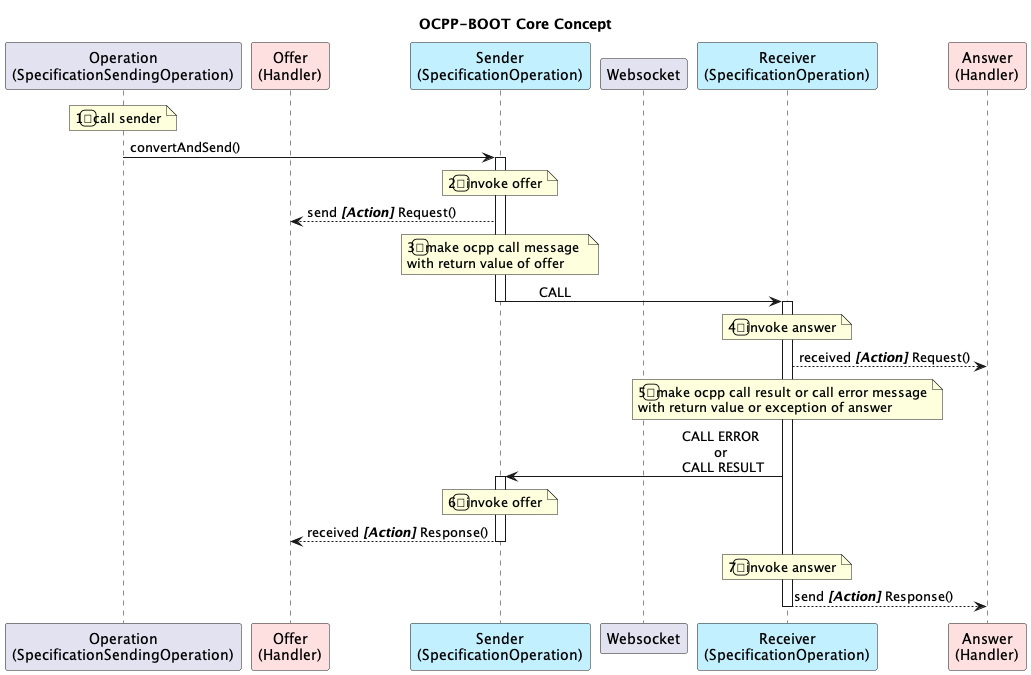
u2ware/ocpp-boot keeps this PlantUML diagram as docs/core.png. Above is the earlier version. Its diagram source:
```plantuml
@startuml

title OCPP-BOOT Core Concept

participant "Operation\n(SpecificationSendingOperation)" as Sending
participant "Offer\n(Handler)" as Offer #IMPLEMENTATION
participant "Sender\n(SpecificationOperation)" as Sender #APPLICATION
participant "Websocket" as Newwork
participant "Receiver\n(SpecificationOperation)" as Receiver #APPLICATION
participant "Answer\n(Handler)" as Answer #IMPLEMENTATION

note over Sending : 1️⃣call sender

Sending -> Sender : convertAndSend()

activate Sender
note over Sender : 2️⃣invoke offer
Sender --> Offer : send<i><b> [Action] </b></i>Request()
note over Sender : 3️⃣make ocpp call message \nwith return value of offer
Sender -> Receiver : \tCALL
deactivate Sender


activate Receiver
note over Receiver : 4️⃣invoke answer
Receiver --> Answer : received<i><b> [Action] </b></i>Request()
note over Receiver : 5️⃣make ocpp call result or call error message\nwith return value or exception of answer
Receiver -> Sender : \t\t\t\t\tCALL ERROR \n \t\t\t\t\t\tor \n\t\t\t\t\tCALL RESULT

activate Sender
note over Sender : 6️⃣invoke offer
Sender --> Offer : received<i><b> [Action] </b></i>Response()
deactivate Sender

note over Receiver : 7️⃣invoke answer
Receiver --> Answer : send<i><b> [Action] </b></i>Response()
deactivate Receiver

@enduml
```
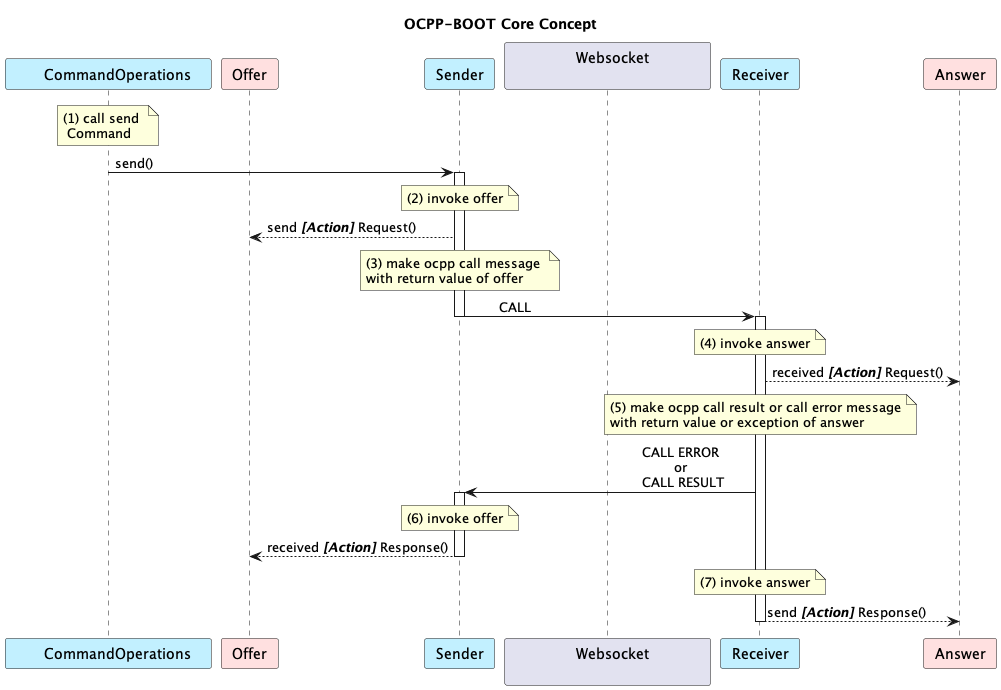
After the commit.

The edit, as a diff of the source:
```diff
@@ -2,37 +2,37 @@
 
 title OCPP-BOOT Core Concept
 
-participant "Operation\n(SpecificationSendingOperation)" as Sending
-participant "Offer\n(Handler)" as Offer #IMPLEMENTATION
-participant "Sender\n(SpecificationOperation)" as Sender #APPLICATION
-participant "Websocket" as Newwork
-participant "Receiver\n(SpecificationOperation)" as Receiver #APPLICATION
-participant "Answer\n(Handler)" as Answer #IMPLEMENTATION
+participant "\tCommandOperations\t" as Sending #APPLICATION
+participant " Offer " as Offer #IMPLEMENTATION
+participant " Sender " as Sender #APPLICATION
+participant "\t\tWebsocket\t\t\n" as Websocket
+participant " Receiver " as Receiver #APPLICATION
+participant " Answer " as Answer #IMPLEMENTATION
 
-note over Sending : 1️⃣call sender
+note over Sending : (1) call send \n Command
 
-Sending -> Sender : convertAndSend()
+Sending -> Sender : send()
 
 activate Sender
-note over Sender : 2️⃣invoke offer
+note over Sender : (2) invoke offer
 Sender --> Offer : send<i><b> [Action] </b></i>Request()
-note over Sender : 3️⃣make ocpp call message \nwith return value of offer
+note over Sender : (3) make ocpp call message \nwith return value of offer
 Sender -> Receiver : \tCALL
 deactivate Sender
 
 
 activate Receiver
-note over Receiver : 4️⃣invoke answer
+note over Receiver : (4) invoke answer
 Receiver --> Answer : received<i><b> [Action] </b></i>Request()
-note over Receiver : 5️⃣make ocpp call result or call error message\nwith return value or exception of answer
+note over Receiver : (5) make ocpp call result or call error message\nwith return value or exception of answer
 Receiver -> Sender : \t\t\t\t\tCALL ERROR \n \t\t\t\t\t\tor \n\t\t\t\t\tCALL RESULT
 
 activate Sender
-note over Sender : 6️⃣invoke offer
+note over Sender : (6) invoke offer
 Sender --> Offer : received<i><b> [Action] </b></i>Response()
 deactivate Sender
 
-note over Receiver : 7️⃣invoke answer
+note over Receiver : (7) invoke answer
 Receiver --> Answer : send<i><b> [Action] </b></i>Response()
 deactivate Receiver
 
```
